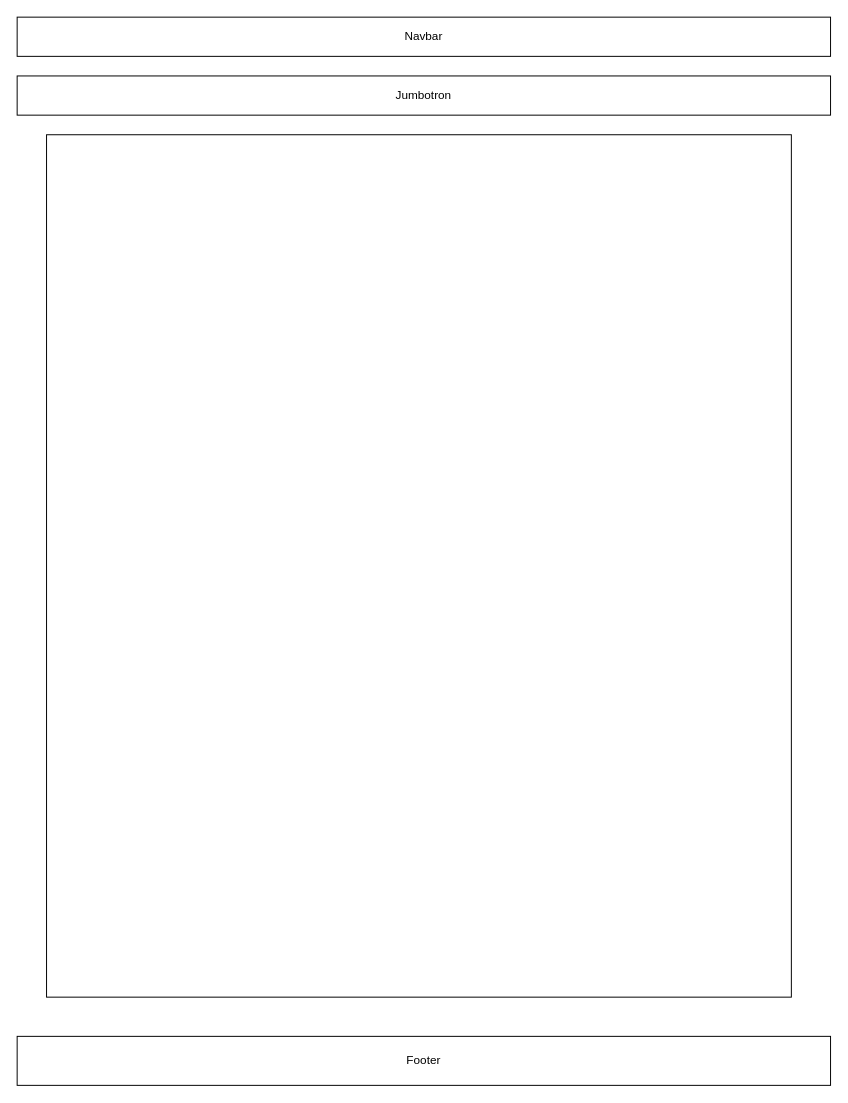
This is page "Forum" (6 of 9) of Untitled Diagram.drawio from the-master-chefs/rockclimbingapp, a draw.io file, before an edit. Source tidied: cells renumbered, new cells numbered last; positions are measured from the earlier drawing's top-left corner, leaving out a move shared by most shapes. Both pictures are drawn from the tidied source at 98%, with x=0, y=0 at pixel (17, 17).
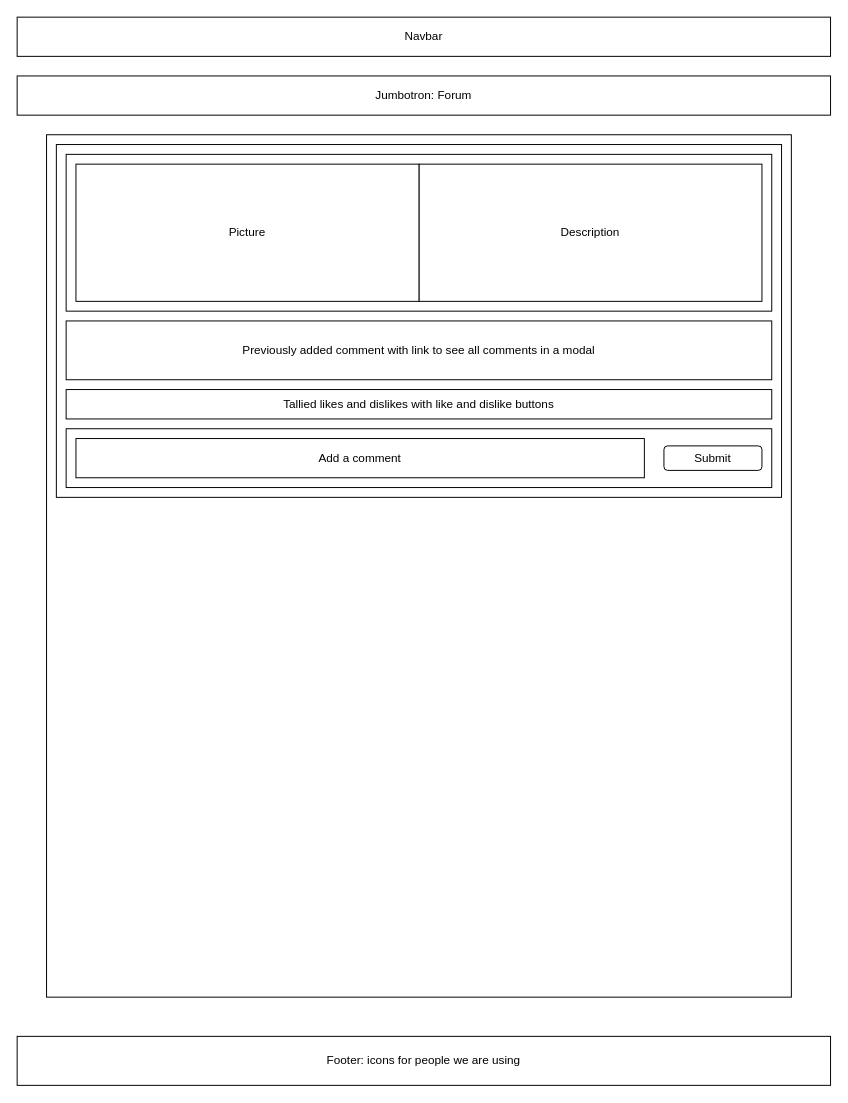
After the change.

What changed in the source:
```diff
@@
 <mxGraphModel>
   <root>
     <mxCell id="0" />
     <mxCell id="1" parent="0" />
     <mxCell id="2" value="Navbar" style="rounded=0;whiteSpace=wrap;html=1;" parent="1" vertex="1">
       <mxGeometry width="830" height="40" as="geometry" />
     </mxCell>
-    <mxCell id="3" value="Jumbotron" style="rounded=0;whiteSpace=wrap;html=1;" parent="1" vertex="1">
+    <mxCell id="3" value="Jumbotron: Forum" style="rounded=0;whiteSpace=wrap;html=1;" parent="1" vertex="1">
       <mxGeometry y="60" width="830" height="40" as="geometry" />
     </mxCell>
-    <mxCell id="4" value="Footer" style="rounded=0;whiteSpace=wrap;html=1;" parent="1" vertex="1">
+    <mxCell id="4" value="Footer: icons for people we are using" style="rounded=0;whiteSpace=wrap;html=1;" parent="1" vertex="1">
       <mxGeometry y="1040" width="830" height="50" as="geometry" />
     </mxCell>
     <mxCell id="5" style="rounded=0;whiteSpace=wrap;html=1;" parent="1" vertex="1">
       <mxGeometry x="30" y="120" width="760" height="880" as="geometry" />
     </mxCell>
+    <mxCell id="6" style="rounded=0;whiteSpace=wrap;html=1;" parent="1" vertex="1">
+      <mxGeometry x="40" y="130" width="740" height="360" as="geometry" />
+    </mxCell>
+    <mxCell id="7" style="rounded=0;whiteSpace=wrap;html=1;" parent="1" vertex="1">
+      <mxGeometry x="50" y="140" width="720" height="160" as="geometry" />
+    </mxCell>
+    <mxCell id="8" value="Previously added comment with link to see all comments in a modal" style="rounded=0;whiteSpace=wrap;html=1;" parent="1" vertex="1">
+      <mxGeometry x="50" y="310" width="720" height="60" as="geometry" />
+    </mxCell>
+    <mxCell id="9" value="Tallied likes and dislikes with like and dislike buttons" style="rounded=0;whiteSpace=wrap;html=1;" parent="1" vertex="1">
+      <mxGeometry x="50" y="380" width="720" height="30" as="geometry" />
+    </mxCell>
+    <mxCell id="10" value="Description" style="rounded=0;whiteSpace=wrap;html=1;" parent="1" vertex="1">
+      <mxGeometry x="410" y="150" width="350" height="140" as="geometry" />
+    </mxCell>
+    <mxCell id="11" value="Picture" style="rounded=0;whiteSpace=wrap;html=1;" parent="1" vertex="1">
+      <mxGeometry x="60" y="150" width="350" height="140" as="geometry" />
+    </mxCell>
+    <mxCell id="12" style="rounded=0;whiteSpace=wrap;html=1;" parent="1" vertex="1">
+      <mxGeometry x="50" y="420" width="720" height="60" as="geometry" />
+    </mxCell>
+    <mxCell id="13" value="Add a comment" style="rounded=0;whiteSpace=wrap;html=1;" parent="1" vertex="1">
+      <mxGeometry x="60" y="430" width="580" height="40" as="geometry" />
+    </mxCell>
+    <mxCell id="14" value="Submit" style="rounded=1;whiteSpace=wrap;html=1;" parent="1" vertex="1">
+      <mxGeometry x="660" y="437.5" width="100" height="25" as="geometry" />
+    </mxCell>
   </root>
 </mxGraphModel>
```
